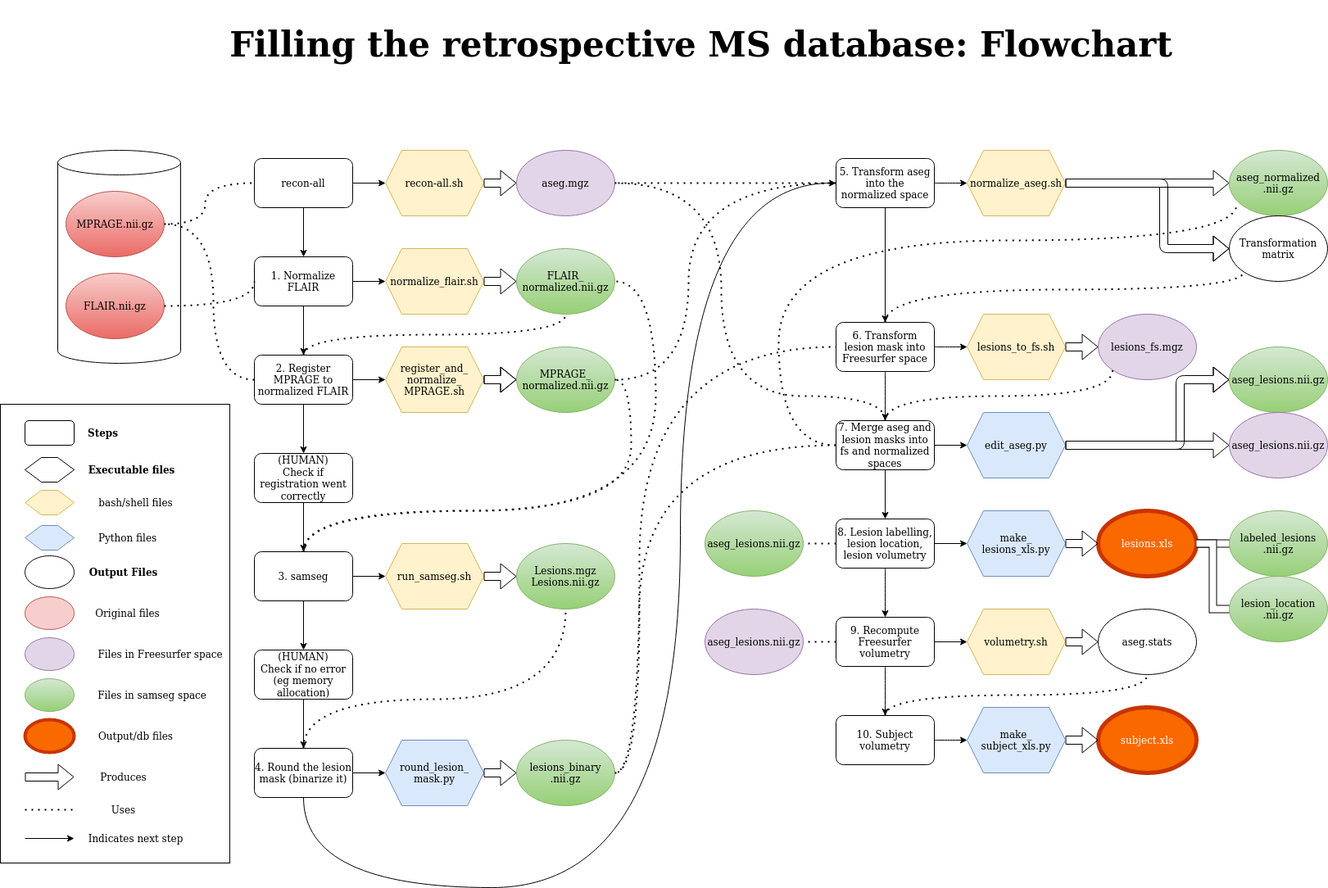
Before: les_voloc_pipeline.png, a diagram exported from draw.io (maxencewynen/Lesion-volumetry-and-location). Source tidied: cells renumbered, new cells last; positions are measured from the earlier drawing's top-left corner, leaving out a move shared by most shapes.
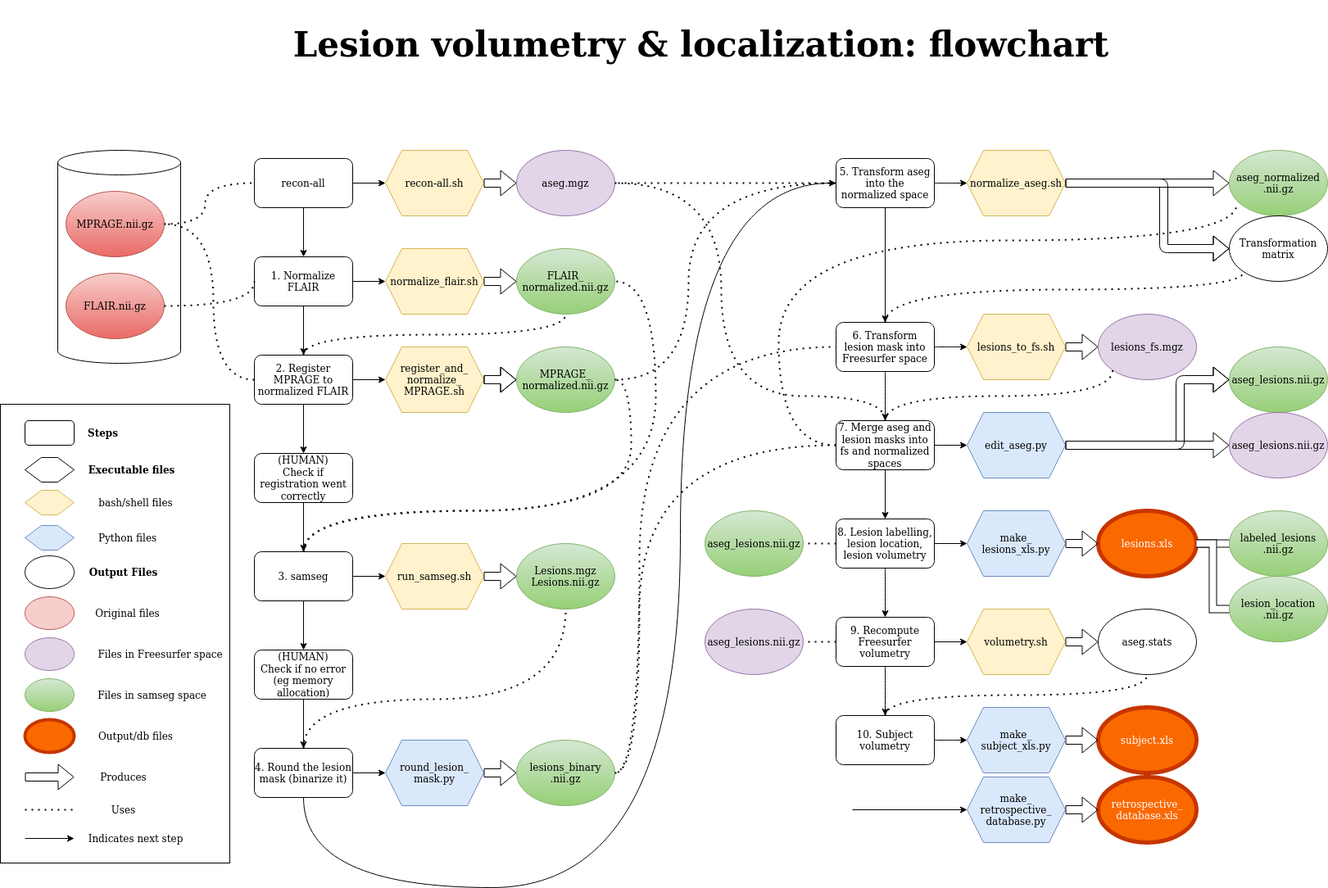
After the commit.

Diff of the diagram source:
```diff
@@ -221,8 +221,8 @@
     <mxCell id="61" style="shape=cylinder2;whiteSpace=wrap;html=1;boundedLbl=1;backgroundOutline=1;size=15;strokeWidth=1;fillColor=none;" parent="1" vertex="1">
       <mxGeometry x="70" y="170" width="150" height="260" as="geometry" />
     </mxCell>
-    <mxCell id="62" value="&lt;h1 style=&quot;font-size: 42px&quot;&gt;&lt;font style=&quot;font-size: 42px&quot;&gt;Filling the retrospective MS database: Flowchart&lt;br&gt;&lt;/font&gt;&lt;/h1&gt;" style="text;html=1;align=center;verticalAlign=middle;" parent="1" vertex="1">
-      <mxGeometry x="270" width="1170" height="80" as="geometry" />
+    <mxCell id="62" value="&lt;h1 style=&quot;font-size: 42px&quot;&gt;&lt;font style=&quot;font-size: 42px&quot;&gt;Lesion volumetry &amp;amp; localization: flowchart&lt;br&gt;&lt;/font&gt;&lt;/h1&gt;" style="text;html=1;align=center;verticalAlign=middle;" parent="1" vertex="1">
+      <mxGeometry x="350" width="1010" height="80" as="geometry" />
     </mxCell>
     <mxCell id="63" value="&lt;div&gt;MPRAGE_&lt;/div&gt;&lt;div&gt;normalized.nii.gz&lt;br&gt;&lt;/div&gt;" style="ellipse;whiteSpace=wrap;html=1;fillColor=#d5e8d4;strokeColor=#82b366;gradientColor=#97d077;" parent="1" vertex="1">
       <mxGeometry x="630" y="410" width="120" height="80" as="geometry" />
@@ -481,5 +481,19 @@
         </Array>
       </mxGeometry>
     </mxCell>
+    <mxCell id="129" value="&lt;div&gt;make_&lt;/div&gt;&lt;div&gt;retrospective_&lt;/div&gt;&lt;div&gt;database.py&lt;br&gt;&lt;/div&gt;" style="shape=hexagon;perimeter=hexagonPerimeter2;whiteSpace=wrap;html=1;fixedSize=1;fillColor=#dae8fc;strokeColor=#6c8ebf;" parent="1" vertex="1">
+      <mxGeometry x="1180" y="935" width="120" height="80" as="geometry" />
+    </mxCell>
+    <mxCell id="130" value="&lt;div&gt;retrospective_&lt;/div&gt;&lt;div&gt;database.xls&lt;/div&gt;" style="ellipse;whiteSpace=wrap;html=1;fillColor=#fa6800;strokeColor=#C73500;fontColor=#ffffff;strokeWidth=5;" parent="1" vertex="1">
+      <mxGeometry x="1340" y="935" width="120" height="80" as="geometry" />
+    </mxCell>
+    <mxCell id="131" style="shape=flexArrow;endArrow=classic;html=1;entryX=0;entryY=0.5;entryDx=0;entryDy=0;" parent="1" edge="1" source="129" target="130">
+      <mxGeometry relative="1" as="geometry" />
+    </mxCell>
+    <mxCell id="132" style="endArrow=classic;html=1;entryX=0;entryY=0.5;entryDx=0;entryDy=0;edgeStyle=orthogonalEdgeStyle;" parent="1" edge="1" target="129">
+      <mxGeometry relative="1" as="geometry">
+        <mxPoint x="1040" y="975" as="sourcePoint" />
+      </mxGeometry>
+    </mxCell>
   </root>
 </mxGraphModel>
```
